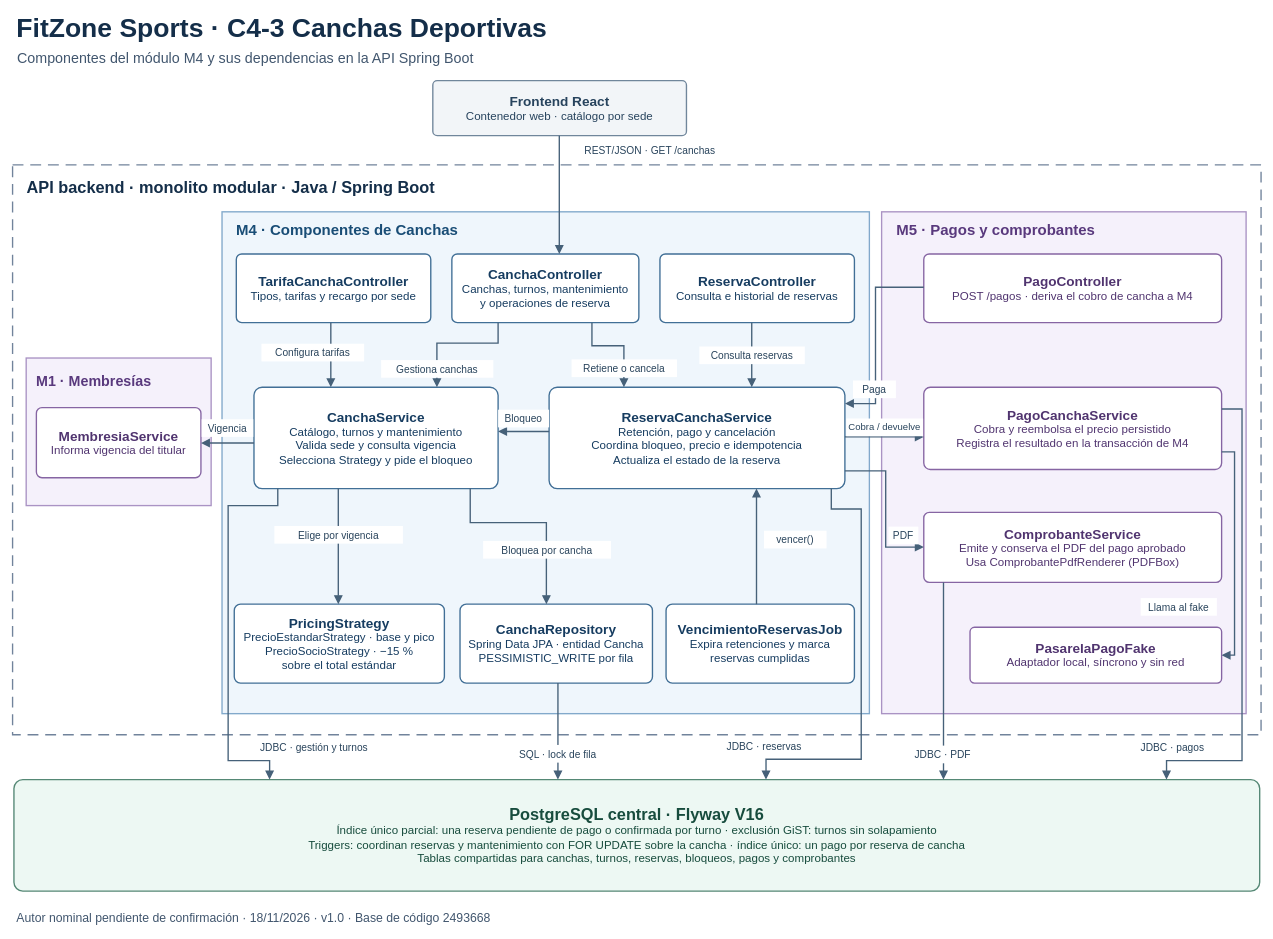
The draw.io diagram docs/diagramas/c4-03-canchas.drawio in magacastell/FitZone_Sports, before the edit. Source tidied: cells renumbered, new cells numbered last; positions are measured from the earlier drawing's top-left corner, leaving out a move shared by most shapes. Both pictures are drawn from the tidied source at 68%, with x=0, y=0 at pixel (12, 12).
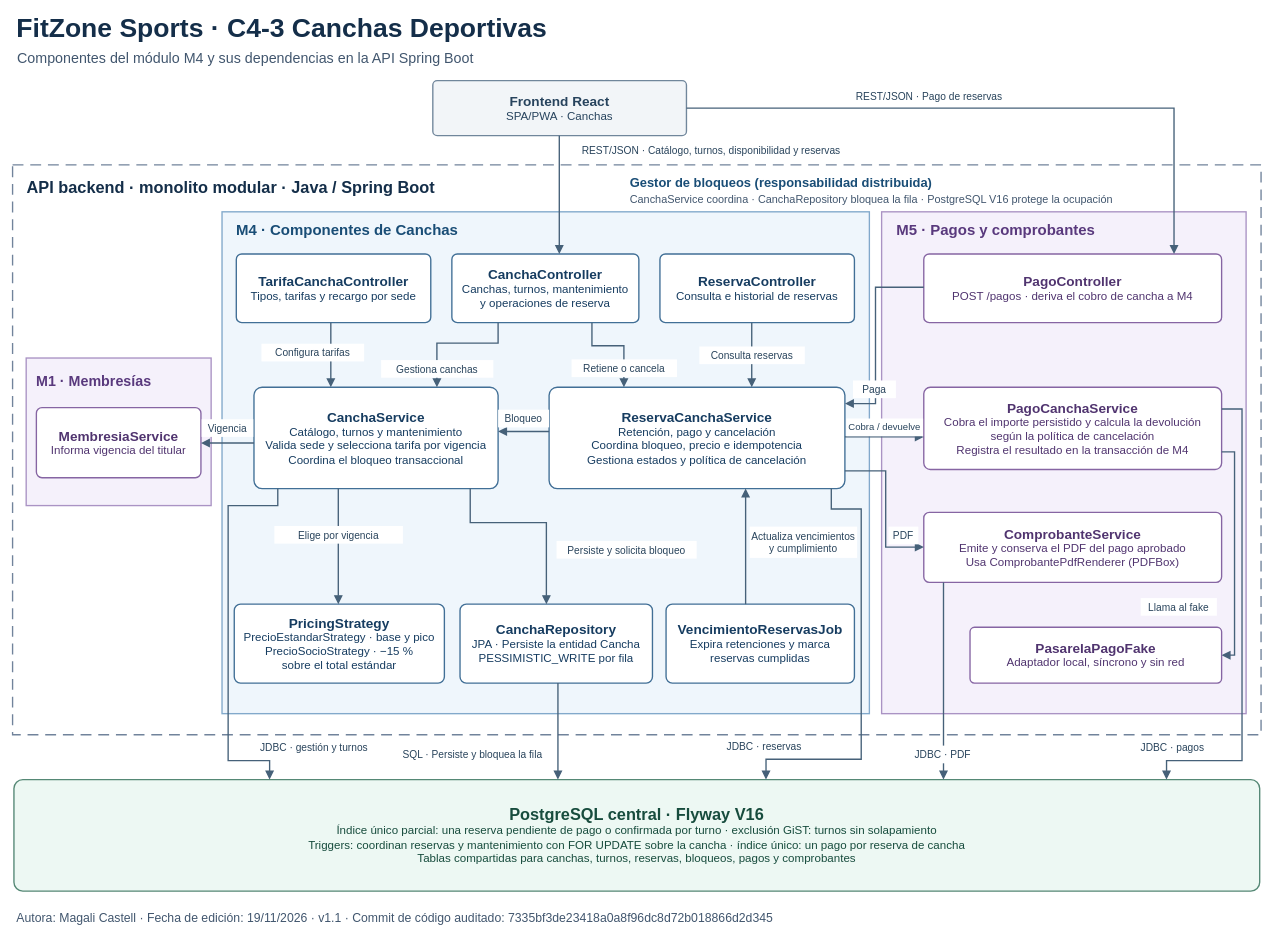
Above is the later version.

Unchanged cells that the change refers to:
```xml
<mxCell id="22" value="&lt;div style=&quot;font-size:20px&quot;&gt;&lt;b&gt;VencimientoReservasJob&lt;/b&gt;&lt;/div&gt;&lt;div&gt;Expira retenciones y marca&lt;/div&gt;&lt;div&gt;reservas cumplidas&lt;/div&gt;" style="rounded=1;arcSize=8;whiteSpace=wrap;html=1;overflow=hidden;fillColor=#ffffff;strokeColor=#416f96;strokeWidth=2;fontFamily=Arial;fontSize=17;fontColor=#163c60;align=center;verticalAlign=middle;spacing=4;" parent="1" vertex="1">
  <mxGeometry x="961" y="871" width="277" height="116" as="geometry" />
</mxCell>
<mxCell id="23" value="&lt;div style=&quot;font-size:20px&quot;&gt;&lt;b&gt;PagoController&lt;/b&gt;&lt;/div&gt;&lt;div&gt;POST /pagos · deriva el cobro de cancha a M4&lt;/div&gt;" style="rounded=1;arcSize=8;whiteSpace=wrap;html=1;overflow=hidden;fillColor=#ffffff;strokeColor=#8665a3;strokeWidth=2;fontFamily=Arial;fontSize=17;fontColor=#50346f;align=center;verticalAlign=middle;spacing=4;" parent="1" vertex="1">
  <mxGeometry x="1340" y="356" width="438" height="101" as="geometry" />
</mxCell>
```

Change to the diagram source:
```diff
@@
+    <mxCell id="66" value="Gestor de bloqueos (responsabilidad distribuida)" style="text;html=0;whiteSpace=wrap;align=left;verticalAlign=middle;spacing=0;fontFamily=Arial;fontSize=19;fontColor=#194d76;fontStyle=1;fillColor=none;strokeColor=none;" parent="1" vertex="1">
+      <mxGeometry x="908" y="239" width="780" height="25" as="geometry" />
+    </mxCell>
+    <mxCell id="67" value="CanchaService coordina · CanchaRepository bloquea la fila · PostgreSQL V16 protege la ocupación" style="text;html=0;whiteSpace=wrap;align=left;verticalAlign=middle;spacing=0;fontFamily=Arial;fontSize=16;fontColor=#41566e;fontStyle=0;fillColor=none;strokeColor=none;" parent="1" vertex="1">
+      <mxGeometry x="908" y="264" width="780" height="23" as="geometry" />
+    </mxCell>
@@
-    <mxCell id="12" value="Autor nominal pendiente de confirmación · 18/11/2026 · v1.0 · Base de código 2493668" style="text;html=0;whiteSpace=wrap;align=left;verticalAlign=middle;spacing=0;fontFamily=Arial;fontSize=18;fontColor=#41566e;fontStyle=0;fillColor=none;strokeColor=none;" parent="1" vertex="1">
+    <mxCell id="12" value="Autora: Magali Castell · Fecha de edición: 19/11/2026 · v1.1 · Commit de código auditado: 7335bf3de23418a0a8f96dc8d72b018866d2d345" style="text;html=0;whiteSpace=wrap;align=left;verticalAlign=middle;spacing=0;fontFamily=Arial;fontSize=18;fontColor=#41566e;fontStyle=0;fillColor=none;strokeColor=none;" parent="1" vertex="1">
       <mxGeometry x="6" y="1318" width="1810" height="29" as="geometry" />
     </mxCell>
-    <mxCell id="13" value="&lt;div style=&quot;font-size:20px&quot;&gt;&lt;b&gt;Frontend React&lt;/b&gt;&lt;/div&gt;&lt;div&gt;Contenedor web · catálogo por sede&lt;/div&gt;" style="rounded=1;arcSize=8;whiteSpace=wrap;html=1;overflow=hidden;fillColor=#f2f5f8;strokeColor=#70869b;strokeWidth=2;fontFamily=Arial;fontSize=17;fontColor=#27435d;align=center;verticalAlign=middle;spacing=4;" parent="1" vertex="1">
+    <mxCell id="13" value="&lt;div style=&quot;font-size:20px&quot;&gt;&lt;b&gt;Frontend React&lt;/b&gt;&lt;/div&gt;&lt;div&gt;SPA/PWA · Canchas&lt;/div&gt;" style="rounded=1;arcSize=8;whiteSpace=wrap;html=1;overflow=hidden;fillColor=#f2f5f8;strokeColor=#70869b;strokeWidth=2;fontFamily=Arial;fontSize=17;fontColor=#27435d;align=center;verticalAlign=middle;spacing=4;" parent="1" vertex="1">
       <mxGeometry x="618" y="101" width="373" height="81" as="geometry" />
     </mxCell>
@@
-    <mxCell id="17" value="&lt;div style=&quot;font-size:20px&quot;&gt;&lt;b&gt;CanchaService&lt;/b&gt;&lt;/div&gt;&lt;div&gt;Catálogo, turnos y mantenimiento&lt;/div&gt;&lt;div&gt;Valida sede y consulta vigencia&lt;/div&gt;&lt;div&gt;Selecciona Strategy y pide el bloqueo&lt;/div&gt;" style="rounded=1;arcSize=8;whiteSpace=wrap;html=1;overflow=hidden;fillColor=#ffffff;strokeColor=#416f96;strokeWidth=2;fontFamily=Arial;fontSize=17;fontColor=#163c60;align=center;verticalAlign=middle;spacing=4;" parent="1" vertex="1">
+    <mxCell id="17" value="&lt;div style=&quot;font-size:20px&quot;&gt;&lt;b&gt;CanchaService&lt;/b&gt;&lt;/div&gt;&lt;div&gt;Catálogo, turnos y mantenimiento&lt;/div&gt;&lt;div&gt;Valida sede y selecciona tarifa por vigencia&lt;/div&gt;&lt;div&gt;Coordina el bloqueo transaccional&lt;/div&gt;" style="rounded=1;arcSize=8;whiteSpace=wrap;html=1;overflow=hidden;fillColor=#ffffff;strokeColor=#416f96;strokeWidth=2;fontFamily=Arial;fontSize=17;fontColor=#163c60;align=center;verticalAlign=middle;spacing=4;" parent="1" vertex="1">
       <mxGeometry x="355" y="552" width="359" height="149" as="geometry" />
     </mxCell>
-    <mxCell id="18" value="&lt;div style=&quot;font-size:20px&quot;&gt;&lt;b&gt;ReservaCanchaService&lt;/b&gt;&lt;/div&gt;&lt;div&gt;Retención, pago y cancelación&lt;/div&gt;&lt;div&gt;Coordina bloqueo, precio e idempotencia&lt;/div&gt;&lt;div&gt;Actualiza el estado de la reserva&lt;/div&gt;" style="rounded=1;arcSize=8;whiteSpace=wrap;html=1;overflow=hidden;fillColor=#ffffff;strokeColor=#416f96;strokeWidth=2;fontFamily=Arial;fontSize=17;fontColor=#163c60;align=center;verticalAlign=middle;spacing=4;" parent="1" vertex="1">
+    <mxCell id="18" value="&lt;div style=&quot;font-size:20px&quot;&gt;&lt;b&gt;ReservaCanchaService&lt;/b&gt;&lt;/div&gt;&lt;div&gt;Retención, pago y cancelación&lt;/div&gt;&lt;div&gt;Coordina bloqueo, precio e idempotencia&lt;/div&gt;&lt;div&gt;Gestiona estados y política de cancelación&lt;/div&gt;" style="rounded=1;arcSize=8;whiteSpace=wrap;html=1;overflow=hidden;fillColor=#ffffff;strokeColor=#416f96;strokeWidth=2;fontFamily=Arial;fontSize=17;fontColor=#163c60;align=center;verticalAlign=middle;spacing=4;" parent="1" vertex="1">
       <mxGeometry x="789" y="552" width="435" height="149" as="geometry" />
     </mxCell>
@@
-    <mxCell id="21" value="&lt;div style=&quot;font-size:20px&quot;&gt;&lt;b&gt;CanchaRepository&lt;/b&gt;&lt;/div&gt;&lt;div&gt;Spring Data JPA · entidad Cancha&lt;/div&gt;&lt;div&gt;PESSIMISTIC_WRITE por fila&lt;/div&gt;" style="rounded=1;arcSize=8;whiteSpace=wrap;html=1;overflow=hidden;fillColor=#ffffff;strokeColor=#416f96;strokeWidth=2;fontFamily=Arial;fontSize=17;fontColor=#163c60;align=center;verticalAlign=middle;spacing=4;" parent="1" vertex="1">
+    <mxCell id="21" value="&lt;div style=&quot;font-size:20px&quot;&gt;&lt;b&gt;CanchaRepository&lt;/b&gt;&lt;/div&gt;&lt;div&gt;JPA · Persiste la entidad Cancha&lt;/div&gt;&lt;div&gt;PESSIMISTIC_WRITE por fila&lt;/div&gt;" style="rounded=1;arcSize=8;whiteSpace=wrap;html=1;overflow=hidden;fillColor=#ffffff;strokeColor=#416f96;strokeWidth=2;fontFamily=Arial;fontSize=17;fontColor=#163c60;align=center;verticalAlign=middle;spacing=4;" parent="1" vertex="1">
       <mxGeometry x="658" y="871" width="283" height="116" as="geometry" />
     </mxCell>
@@
-    <mxCell id="24" value="&lt;div style=&quot;font-size:20px&quot;&gt;&lt;b&gt;PagoCanchaService&lt;/b&gt;&lt;/div&gt;&lt;div&gt;Cobra y reembolsa el precio persistido&lt;/div&gt;&lt;div&gt;Registra el resultado en la transacción de M4&lt;/div&gt;" style="rounded=1;arcSize=8;whiteSpace=wrap;html=1;overflow=hidden;fillColor=#ffffff;strokeColor=#8665a3;strokeWidth=2;fontFamily=Arial;fontSize=17;fontColor=#50346f;align=center;verticalAlign=middle;spacing=4;" parent="1" vertex="1">
+    <mxCell id="24" value="&lt;div style=&quot;font-size:20px&quot;&gt;&lt;b&gt;PagoCanchaService&lt;/b&gt;&lt;/div&gt;&lt;div&gt;Cobra el importe persistido y calcula la devolución&lt;/div&gt;&lt;div&gt;según la política de cancelación&lt;/div&gt;&lt;div&gt;Registra el resultado en la transacción de M4&lt;/div&gt;" style="rounded=1;arcSize=8;whiteSpace=wrap;html=1;overflow=hidden;fillColor=#ffffff;strokeColor=#8665a3;strokeWidth=2;fontFamily=Arial;fontSize=17;fontColor=#50346f;align=center;verticalAlign=middle;spacing=4;" parent="1" vertex="1">
       <mxGeometry x="1340" y="552" width="438" height="121" as="geometry" />
     </mxCell>
@@
+    <mxCell id="68" style="endArrow=block;endSize=8;endFill=1;rounded=0;html=0;strokeColor=#466179;strokeWidth=2;exitX=1;exitY=0.5;exitPerimeter=0;entryX=0.8401826484018264;entryY=0;entryPerimeter=0;" parent="1" edge="1" source="13" target="23">
+      <mxGeometry relative="1" as="geometry">
+        <Array as="points">
+          <mxPoint x="1708" y="141.5" />
+        </Array>
+      </mxGeometry>
+    </mxCell>
@@
-    <mxCell id="37" style="endArrow=block;endSize=8;endFill=1;rounded=0;html=0;strokeColor=#466179;strokeWidth=2;exitX=0.48014440433212996;exitY=0.0;exitPerimeter=0;entryX=0.7011494252873564;entryY=1.0;entryPerimeter=0;" parent="1" edge="1" source="22" target="18">
+    <mxCell id="37" style="endArrow=block;endSize=8;endFill=1;rounded=0;html=0;strokeColor=#466179;strokeWidth=2;exitX=0.4223826714801444;exitY=0.0;exitPerimeter=0;entryX=0.664367816091954;entryY=1.0;entryPerimeter=0;" parent="1" edge="1" source="22" target="18">
       <mxGeometry relative="1" as="geometry" />
     </mxCell>
@@
-    <mxCell id="47" value="REST/JSON · GET /canchas" style="text;html=0;whiteSpace=wrap;align=center;verticalAlign=middle;spacing=0;fontFamily=Arial;fontSize=15;fontColor=#29445c;fontStyle=0;fillColor=#ffffff;strokeColor=none;" parent="1" vertex="1">
-      <mxGeometry x="815" y="191" width="245" height="26" as="geometry" />
+    <mxCell id="47" value="REST/JSON · Catálogo, turnos, disponibilidad y reservas" style="text;html=0;whiteSpace=wrap;align=center;verticalAlign=middle;spacing=0;fontFamily=Arial;fontSize=15;fontColor=#29445c;fontStyle=0;fillColor=#ffffff;strokeColor=none;" parent="1" vertex="1">
+      <mxGeometry x="815" y="191" width="425" height="26" as="geometry" />
     </mxCell>
+    <mxCell id="69" value="REST/JSON · Pago de reservas" style="text;html=0;whiteSpace=wrap;align=center;verticalAlign=middle;spacing=0;fontFamily=Arial;fontSize=15;fontColor=#29445c;fontStyle=0;fillColor=#ffffff;strokeColor=none;" parent="1" vertex="1">
+      <mxGeometry x="1223" y="111" width="250" height="26" as="geometry" />
+    </mxCell>
@@
-    <mxCell id="55" value="Bloquea por cancha" style="text;html=0;whiteSpace=wrap;align=center;verticalAlign=middle;spacing=0;fontFamily=Arial;fontSize=15;fontColor=#29445c;fontStyle=0;fillColor=#ffffff;strokeColor=none;" parent="1" vertex="1">
-      <mxGeometry x="692" y="778" width="188" height="26" as="geometry" />
+    <mxCell id="55" value="Persiste y solicita bloqueo" style="text;html=0;whiteSpace=wrap;align=center;verticalAlign=middle;spacing=0;fontFamily=Arial;fontSize=15;fontColor=#29445c;fontStyle=0;fillColor=#ffffff;strokeColor=none;" parent="1" vertex="1">
+      <mxGeometry x="800" y="778" width="206" height="26" as="geometry" />
     </mxCell>
-    <mxCell id="56" value="vencer()" style="text;html=0;whiteSpace=wrap;align=center;verticalAlign=middle;spacing=0;fontFamily=Arial;fontSize=15;fontColor=#29445c;fontStyle=0;fillColor=#ffffff;strokeColor=none;" parent="1" vertex="1">
-      <mxGeometry x="1105" y="763" width="92" height="26" as="geometry" />
+    <mxCell id="56" value="Actualiza vencimientos&#10;y cumplimiento" style="text;html=0;whiteSpace=wrap;align=center;verticalAlign=middle;spacing=0;fontFamily=Arial;fontSize=15;fontColor=#29445c;fontStyle=0;fillColor=#ffffff;strokeColor=none;" parent="1" vertex="1">
+      <mxGeometry x="1084" y="757" width="158" height="46" as="geometry" />
     </mxCell>
@@
-    <mxCell id="62" value="SQL · lock de fila" style="text;html=0;whiteSpace=wrap;align=center;verticalAlign=middle;spacing=0;fontFamily=Arial;fontSize=15;fontColor=#29445c;fontStyle=0;fillColor=#ffffff;strokeColor=none;" parent="1" vertex="1">
-      <mxGeometry x="717" y="1078" width="170" height="26" as="geometry" />
+    <mxCell id="62" value="SQL · Persiste y bloquea la fila" style="text;html=0;whiteSpace=wrap;align=center;verticalAlign=middle;spacing=0;fontFamily=Arial;fontSize=15;fontColor=#29445c;fontStyle=0;fillColor=#ffffff;strokeColor=none;" parent="1" vertex="1">
+      <mxGeometry x="559" y="1078" width="235" height="26" as="geometry" />
     </mxCell>
```
